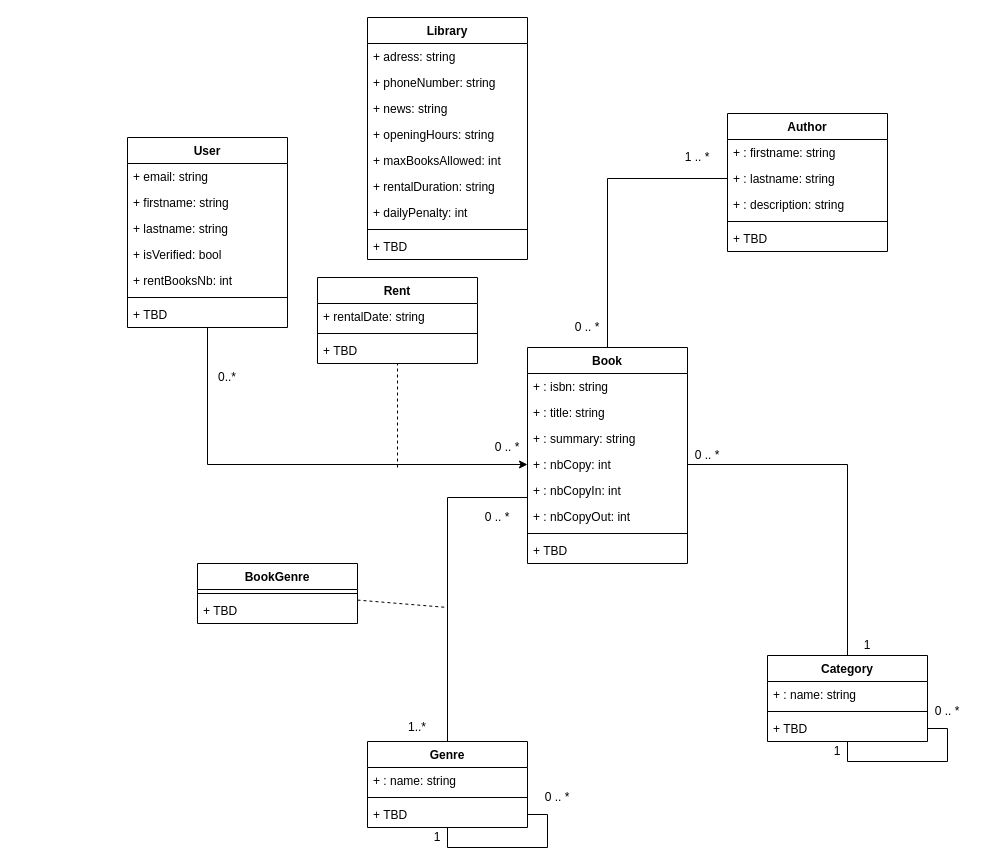
Before: page "UML Class Diagram" (3 of 3) of docs/library_store.drawio in pptech-ds/CDA-JS-LIbrary-Store, a draw.io diagram. Source tidied: cells renumbered, new cells numbered last; positions are measured from the earlier drawing's top-left corner, leaving out a move shared by most shapes. Both pictures are drawn from the tidied source at 100%, with x=0, y=0 at pixel (127, 17).
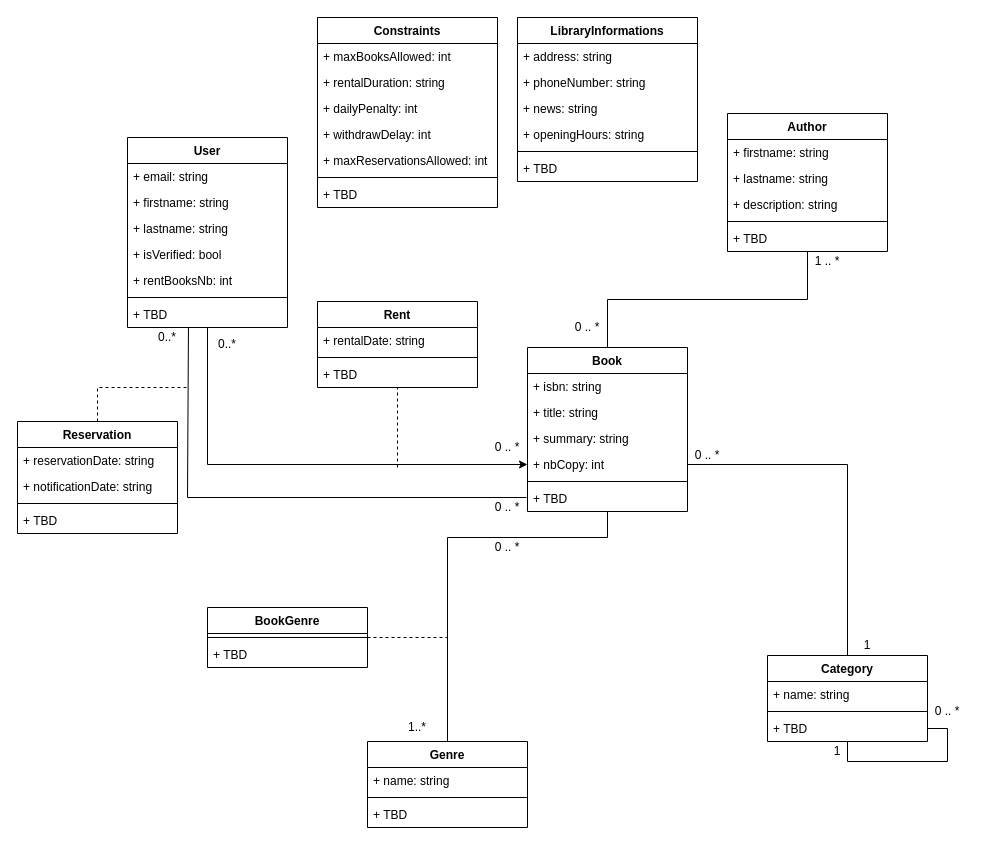
After the change.

The change refers to these unchanged cells:
```xml
<mxCell id="10" value="+ TBD" style="text;strokeColor=none;fillColor=none;align=left;verticalAlign=top;spacingLeft=4;spacingRight=4;overflow=hidden;points=[[0,0.5],[1,0.5]];portConstraint=eastwest;" parent="3" vertex="1">
  <mxGeometry y="164" width="160" height="26" as="geometry" />
</mxCell>
<mxCell id="22" value="Category" style="swimlane;fontStyle=1;align=center;verticalAlign=top;horizontal=1;startSize=26;" parent="1" vertex="1">
  <mxGeometry x="640" y="638" width="160" height="86" as="geometry" />
</mxCell>
<mxCell id="29" value="Genre" style="swimlane;fontStyle=1;align=center;verticalAlign=top;horizontal=1;startSize=26;" parent="1" vertex="1">
  <mxGeometry x="240" y="724" width="160" height="86" as="geometry" />
</mxCell>
<mxCell id="32" value="+ TBD" style="text;strokeColor=none;fillColor=none;align=left;verticalAlign=top;spacingLeft=4;spacingRight=4;overflow=hidden;points=[[0,0.5],[1,0.5]];portConstraint=eastwest;" parent="29" vertex="1">
  <mxGeometry y="60" width="160" height="26" as="geometry" />
</mxCell>
<mxCell id="41" value="Author" style="swimlane;fontStyle=1;align=center;verticalAlign=top;horizontal=1;startSize=26;" parent="1" vertex="1">
  <mxGeometry x="600" y="96" width="160" height="138" as="geometry" />
</mxCell>
```

Diff of the diagram source:
```diff
@@
     <mxCell id="11" style="edgeStyle=orthogonalEdgeStyle;rounded=0;jettySize=auto;html=1;entryX=0.5;entryY=0;entryDx=0;entryDy=0;endArrow=none;endFill=0;" parent="1" edge="1" source="12" target="29">
       <mxGeometry relative="1" as="geometry">
         <Array as="points">
-          <mxPoint x="320" y="480" />
+          <mxPoint x="320" y="520" />
         </Array>
       </mxGeometry>
     </mxCell>
     <mxCell id="12" value="Book" style="swimlane;fontStyle=1;align=center;verticalAlign=top;horizontal=1;startSize=26;" parent="1" vertex="1">
-      <mxGeometry x="400" y="330" width="160" height="216" as="geometry" />
+      <mxGeometry x="400" y="330" width="160" height="164" as="geometry" />
     </mxCell>
-    <mxCell id="13" value="+ : isbn: string&#10;  " style="text;strokeColor=none;fillColor=none;align=left;verticalAlign=top;spacingLeft=4;spacingRight=4;overflow=hidden;" parent="12" vertex="1">
+    <mxCell id="13" value="+ isbn: string&#10;  " style="text;strokeColor=none;fillColor=none;align=left;verticalAlign=top;spacingLeft=4;spacingRight=4;overflow=hidden;" parent="12" vertex="1">
       <mxGeometry y="26" width="160" height="26" as="geometry" />
     </mxCell>
-    <mxCell id="14" value="+ : title: string&#10;  " style="text;strokeColor=none;fillColor=none;align=left;verticalAlign=top;spacingLeft=4;spacingRight=4;overflow=hidden;" parent="12" vertex="1">
+    <mxCell id="14" value="+ title: string&#10;  " style="text;strokeColor=none;fillColor=none;align=left;verticalAlign=top;spacingLeft=4;spacingRight=4;overflow=hidden;" parent="12" vertex="1">
       <mxGeometry y="52" width="160" height="26" as="geometry" />
     </mxCell>
-    <mxCell id="15" value="+ : summary: string  " style="text;strokeColor=none;fillColor=none;align=left;verticalAlign=top;spacingLeft=4;spacingRight=4;overflow=hidden;" parent="12" vertex="1">
+    <mxCell id="15" value="+ summary: string  " style="text;strokeColor=none;fillColor=none;align=left;verticalAlign=top;spacingLeft=4;spacingRight=4;overflow=hidden;" parent="12" vertex="1">
       <mxGeometry y="78" width="160" height="26" as="geometry" />
     </mxCell>
-    <mxCell id="16" value="+ : nbCopy: int  " style="text;strokeColor=none;fillColor=none;align=left;verticalAlign=top;spacingLeft=4;spacingRight=4;overflow=hidden;points=[[0,0.5],[1,0.5]];portConstraint=eastwest;" parent="12" vertex="1">
+    <mxCell id="16" value="+ nbCopy: int  " style="text;strokeColor=none;fillColor=none;align=left;verticalAlign=top;spacingLeft=4;spacingRight=4;overflow=hidden;points=[[0,0.5],[1,0.5]];portConstraint=eastwest;" parent="12" vertex="1">
       <mxGeometry y="104" width="160" height="26" as="geometry" />
     </mxCell>
-    <mxCell id="17" value="+ : nbCopyIn: int " style="text;strokeColor=none;fillColor=none;align=left;verticalAlign=top;spacingLeft=4;spacingRight=4;overflow=hidden;" parent="12" vertex="1">
-      <mxGeometry y="130" width="160" height="26" as="geometry" />
-    </mxCell>
-    <mxCell id="18" value="+ : nbCopyOut: int " style="text;strokeColor=none;fillColor=none;align=left;verticalAlign=top;spacingLeft=4;spacingRight=4;overflow=hidden;" parent="12" vertex="1">
-      <mxGeometry y="156" width="160" height="26" as="geometry" />
-    </mxCell>
     <mxCell id="19" style="line;strokeWidth=1;fillColor=none;align=left;verticalAlign=middle;spacingTop=-1;spacingLeft=3;spacingRight=3;labelPosition=right;" parent="12" vertex="1">
-      <mxGeometry y="182" width="160" height="8" as="geometry" />
+      <mxGeometry y="130" width="160" height="8" as="geometry" />
     </mxCell>
     <mxCell id="20" value="+ TBD" style="text;strokeColor=none;fillColor=none;align=left;verticalAlign=top;spacingLeft=4;spacingRight=4;overflow=hidden;" parent="12" vertex="1">
-      <mxGeometry y="190" width="160" height="26" as="geometry" />
+      <mxGeometry y="138" width="160" height="26" as="geometry" />
     </mxCell>
@@
-    <mxCell id="23" value="+ : name: string&#10;  " style="text;strokeColor=none;fillColor=none;align=left;verticalAlign=top;spacingLeft=4;spacingRight=4;overflow=hidden;" parent="22" vertex="1">
+    <mxCell id="23" value="+ name: string&#10;  " style="text;strokeColor=none;fillColor=none;align=left;verticalAlign=top;spacingLeft=4;spacingRight=4;overflow=hidden;" parent="22" vertex="1">
       <mxGeometry y="26" width="160" height="26" as="geometry" />
     </mxCell>
@@
-    <mxCell id="30" value="+ : name: string&#10;  " style="text;strokeColor=none;fillColor=none;align=left;verticalAlign=top;spacingLeft=4;spacingRight=4;overflow=hidden;" parent="29" vertex="1">
+    <mxCell id="30" value="+ name: string&#10;  " style="text;strokeColor=none;fillColor=none;align=left;verticalAlign=top;spacingLeft=4;spacingRight=4;overflow=hidden;" parent="29" vertex="1">
       <mxGeometry y="26" width="160" height="26" as="geometry" />
     </mxCell>
@@
-    <mxCell id="33" style="edgeStyle=orthogonalEdgeStyle;rounded=0;jettySize=auto;html=1;endArrow=none;endFill=0;strokeColor=default;" parent="29" edge="1" source="29" target="32">
-      <mxGeometry relative="1" as="geometry" />
-    </mxCell>
-    <mxCell id="34" value="0 .. *" style="text;html=1;strokeColor=none;fillColor=none;align=center;verticalAlign=middle;whiteSpace=wrap;rounded=0;" parent="1" vertex="1">
-      <mxGeometry x="410" y="770" width="40" height="20" as="geometry" />
-    </mxCell>
-    <mxCell id="35" value="1" style="text;html=1;strokeColor=none;fillColor=none;align=center;verticalAlign=middle;whiteSpace=wrap;rounded=0;" parent="1" vertex="1">
-      <mxGeometry x="290" y="810" width="40" height="20" as="geometry" />
-    </mxCell>
@@
     <mxCell id="40" value="0 .. *" style="text;html=1;strokeColor=none;fillColor=none;align=center;verticalAlign=middle;whiteSpace=wrap;rounded=0;" parent="1" vertex="1">
-      <mxGeometry x="350" y="490" width="40" height="20" as="geometry" />
+      <mxGeometry x="360" y="520" width="40" height="20" as="geometry" />
     </mxCell>
+    <mxCell id="70" style="edgeStyle=orthogonalEdgeStyle;rounded=0;jettySize=auto;html=1;exitX=0.5;exitY=1;exitDx=0;exitDy=0;fontSize=23.3;startArrow=none;startFill=0;endArrow=none;endFill=0;" parent="1" edge="1" source="41" target="12">
+      <mxGeometry relative="1" as="geometry" />
+    </mxCell>
@@
-    <mxCell id="42" value="+ : firstname: string&#10;  " style="text;strokeColor=none;fillColor=none;align=left;verticalAlign=top;spacingLeft=4;spacingRight=4;overflow=hidden;" parent="41" vertex="1">
+    <mxCell id="42" value="+ firstname: string&#10;  " style="text;strokeColor=none;fillColor=none;align=left;verticalAlign=top;spacingLeft=4;spacingRight=4;overflow=hidden;" parent="41" vertex="1">
       <mxGeometry y="26" width="160" height="26" as="geometry" />
     </mxCell>
-    <mxCell id="43" value="+ : lastname: string  " style="text;strokeColor=none;fillColor=none;align=left;verticalAlign=top;spacingLeft=4;spacingRight=4;overflow=hidden;points=[[0,0.5],[1,0.5]];portConstraint=eastwest;" parent="41" vertex="1">
+    <mxCell id="43" value="+ lastname: string  " style="text;strokeColor=none;fillColor=none;align=left;verticalAlign=top;spacingLeft=4;spacingRight=4;overflow=hidden;points=[[0,0.5],[1,0.5]];portConstraint=eastwest;" parent="41" vertex="1">
       <mxGeometry y="52" width="160" height="26" as="geometry" />
     </mxCell>
-    <mxCell id="44" value="+ : description: string" style="text;strokeColor=none;fillColor=none;align=left;verticalAlign=top;spacingLeft=4;spacingRight=4;overflow=hidden;" parent="41" vertex="1">
+    <mxCell id="44" value="+ description: string" style="text;strokeColor=none;fillColor=none;align=left;verticalAlign=top;spacingLeft=4;spacingRight=4;overflow=hidden;" parent="41" vertex="1">
       <mxGeometry y="78" width="160" height="26" as="geometry" />
     </mxCell>
@@
     <mxCell id="47" value="0..*" style="text;html=1;strokeColor=none;fillColor=none;align=center;verticalAlign=middle;whiteSpace=wrap;rounded=0;" parent="1" vertex="1">
-      <mxGeometry x="80" y="350" width="40" height="20" as="geometry" />
+      <mxGeometry x="80" y="317" width="40" height="20" as="geometry" />
     </mxCell>
     <mxCell id="48" value="BookGenre" style="swimlane;fontStyle=1;align=center;verticalAlign=top;horizontal=1;startSize=26;" parent="1" vertex="1">
-      <mxGeometry x="70" y="546" width="160" height="60" as="geometry" />
+      <mxGeometry x="80" y="590" width="160" height="60" as="geometry" />
     </mxCell>
@@
     <mxCell id="51" style="endArrow=none;dashed=1;html=1;rounded=0;" parent="1" edge="1" source="48">
       <mxGeometry relative="1" as="geometry">
-        <mxPoint x="320" y="590" as="targetPoint" />
+        <mxPoint x="320" y="620" as="targetPoint" />
       </mxGeometry>
     </mxCell>
-    <mxCell id="52" style="endArrow=none;html=1;rounded=0;entryX=0;entryY=0.5;entryDx=0;entryDy=0;exitX=0.5;exitY=0;exitDx=0;exitDy=0;" parent="1" edge="1" source="12" target="43">
-      <mxGeometry relative="1" as="geometry">
-        <Array as="points">
-          <mxPoint x="480" y="161" />
-        </Array>
-      </mxGeometry>
-    </mxCell>
     <mxCell id="53" value="1 .. *" style="text;html=1;strokeColor=none;fillColor=none;align=center;verticalAlign=middle;whiteSpace=wrap;rounded=0;" parent="1" vertex="1">
-      <mxGeometry x="550" y="130" width="40" height="20" as="geometry" />
+      <mxGeometry x="680" y="234" width="40" height="20" as="geometry" />
     </mxCell>
@@
     <mxCell id="55" value="Rent" style="swimlane;fontStyle=1;align=center;verticalAlign=top;horizontal=1;startSize=26;" parent="1" vertex="1">
-      <mxGeometry x="190" y="260" width="160" height="86" as="geometry" />
+      <mxGeometry x="190" y="284" width="160" height="86" as="geometry" />
     </mxCell>
@@
-    <mxCell id="60" value="Library" style="swimlane;fontStyle=1;align=center;verticalAlign=top;horizontal=1;startSize=26;" parent="1" vertex="1">
-      <mxGeometry x="240" width="160" height="242" as="geometry" />
+    <mxCell id="60" value="LibraryInformations" style="swimlane;fontStyle=1;align=center;verticalAlign=top;horizontal=1;startSize=26;" parent="1" vertex="1">
+      <mxGeometry x="390" width="180" height="164" as="geometry" />
     </mxCell>
-    <mxCell id="61" value="+ adress: string  " style="text;strokeColor=none;fillColor=none;align=left;verticalAlign=top;spacingLeft=4;spacingRight=4;overflow=hidden;" parent="60" vertex="1">
-      <mxGeometry y="26" width="160" height="26" as="geometry" />
+    <mxCell id="61" value="+ address: string  " style="text;strokeColor=none;fillColor=none;align=left;verticalAlign=top;spacingLeft=4;spacingRight=4;overflow=hidden;" parent="60" vertex="1">
+      <mxGeometry y="26" width="180" height="26" as="geometry" />
     </mxCell>
     <mxCell id="62" value="+ phoneNumber: string&#10;  " style="text;strokeColor=none;fillColor=none;align=left;verticalAlign=top;spacingLeft=4;spacingRight=4;overflow=hidden;" parent="60" vertex="1">
-      <mxGeometry y="52" width="160" height="26" as="geometry" />
+      <mxGeometry y="52" width="180" height="26" as="geometry" />
     </mxCell>
     <mxCell id="63" value="+ news: string  " style="text;strokeColor=none;fillColor=none;align=left;verticalAlign=top;spacingLeft=4;spacingRight=4;overflow=hidden;" parent="60" vertex="1">
-      <mxGeometry y="78" width="160" height="26" as="geometry" />
+      <mxGeometry y="78" width="180" height="26" as="geometry" />
     </mxCell>
     <mxCell id="64" value="+ openingHours: string  " style="text;strokeColor=none;fillColor=none;align=left;verticalAlign=top;spacingLeft=4;spacingRight=4;overflow=hidden;" parent="60" vertex="1">
-      <mxGeometry y="104" width="160" height="26" as="geometry" />
+      <mxGeometry y="104" width="180" height="26" as="geometry" />
     </mxCell>
+    <mxCell id="68" style="line;strokeWidth=1;fillColor=none;align=left;verticalAlign=middle;spacingTop=-1;spacingLeft=3;spacingRight=3;labelPosition=right;" parent="60" vertex="1">
+      <mxGeometry y="130" width="180" height="8" as="geometry" />
+    </mxCell>
+    <mxCell id="69" value="+ TBD" style="text;strokeColor=none;fillColor=none;align=left;verticalAlign=top;spacingLeft=4;spacingRight=4;overflow=hidden;" parent="60" vertex="1">
+      <mxGeometry y="138" width="180" height="26" as="geometry" />
+    </mxCell>
+    <mxCell id="71" style="edgeStyle=orthogonalEdgeStyle;rounded=0;jettySize=auto;html=1;exitX=0.5;exitY=0;exitDx=0;exitDy=0;fontSize=23.3;startArrow=none;startFill=0;endArrow=none;endFill=0;dashed=1;" parent="1" edge="1" source="72">
+      <mxGeometry relative="1" as="geometry">
+        <mxPoint x="60" y="370" as="targetPoint" />
+        <Array as="points">
+          <mxPoint x="-30" y="370" />
+        </Array>
+      </mxGeometry>
+    </mxCell>
+    <mxCell id="72" value="Reservation" style="swimlane;fontStyle=1;align=center;verticalAlign=top;horizontal=1;startSize=26;" parent="1" vertex="1">
+      <mxGeometry x="-110" y="404" width="160" height="112" as="geometry" />
+    </mxCell>
+    <mxCell id="73" value="+ reservationDate: string&#10;  " style="text;strokeColor=none;fillColor=none;align=left;verticalAlign=top;spacingLeft=4;spacingRight=4;overflow=hidden;" parent="72" vertex="1">
+      <mxGeometry y="26" width="160" height="26" as="geometry" />
+    </mxCell>
+    <mxCell id="74" value="+ notificationDate: string&#10;  " style="text;strokeColor=none;fillColor=none;align=left;verticalAlign=top;spacingLeft=4;spacingRight=4;overflow=hidden;" parent="72" vertex="1">
+      <mxGeometry y="52" width="160" height="26" as="geometry" />
+    </mxCell>
+    <mxCell id="75" style="line;strokeWidth=1;fillColor=none;align=left;verticalAlign=middle;spacingTop=-1;spacingLeft=3;spacingRight=3;labelPosition=right;" parent="72" vertex="1">
+      <mxGeometry y="78" width="160" height="8" as="geometry" />
+    </mxCell>
+    <mxCell id="76" value="+ TBD" style="text;strokeColor=none;fillColor=none;align=left;verticalAlign=top;spacingLeft=4;spacingRight=4;overflow=hidden;" parent="72" vertex="1">
+      <mxGeometry y="86" width="160" height="26" as="geometry" />
+    </mxCell>
+    <mxCell id="77" style="edgeStyle=orthogonalEdgeStyle;rounded=0;jettySize=auto;html=1;exitX=0.381;exitY=1;exitDx=0;exitDy=0;fontSize=23.3;startArrow=none;startFill=0;endArrow=none;endFill=0;exitPerimeter=0;" parent="1" edge="1" source="10">
+      <mxGeometry relative="1" as="geometry">
+        <mxPoint x="399" y="480" as="targetPoint" />
+        <Array as="points">
+          <mxPoint x="60" y="480" />
+        </Array>
+      </mxGeometry>
+    </mxCell>
+    <mxCell id="78" value="Constraints" style="swimlane;fontStyle=1;align=center;verticalAlign=top;horizontal=1;startSize=26;" parent="1" vertex="1">
+      <mxGeometry x="190" width="180" height="190" as="geometry" />
+    </mxCell>
-    <mxCell id="65" value="+ maxBooksAllowed: int  " style="text;strokeColor=none;fillColor=none;align=left;verticalAlign=top;spacingLeft=4;spacingRight=4;overflow=hidden;" parent="60" vertex="1">
-      <mxGeometry y="130" width="160" height="26" as="geometry" />
+    <mxCell id="65" value="+ maxBooksAllowed: int  " style="text;strokeColor=none;fillColor=none;align=left;verticalAlign=top;spacingLeft=4;spacingRight=4;overflow=hidden;" parent="78" vertex="1">
+      <mxGeometry y="26" width="180" height="26" as="geometry" />
     </mxCell>
-    <mxCell id="66" value="+ rentalDuration: string&#10;  " style="text;strokeColor=none;fillColor=none;align=left;verticalAlign=top;spacingLeft=4;spacingRight=4;overflow=hidden;" parent="60" vertex="1">
-      <mxGeometry y="156" width="160" height="26" as="geometry" />
+    <mxCell id="66" value="+ rentalDuration: string&#10;  " style="text;strokeColor=none;fillColor=none;align=left;verticalAlign=top;spacingLeft=4;spacingRight=4;overflow=hidden;" parent="78" vertex="1">
+      <mxGeometry y="52" width="180" height="26" as="geometry" />
     </mxCell>
-    <mxCell id="67" value="+ dailyPenalty: int&#10;  " style="text;strokeColor=none;fillColor=none;align=left;verticalAlign=top;spacingLeft=4;spacingRight=4;overflow=hidden;" parent="60" vertex="1">
-      <mxGeometry y="182" width="160" height="26" as="geometry" />
+    <mxCell id="67" value="+ dailyPenalty: int&#10;  " style="text;strokeColor=none;fillColor=none;align=left;verticalAlign=top;spacingLeft=4;spacingRight=4;overflow=hidden;" parent="78" vertex="1">
+      <mxGeometry y="78" width="180" height="26" as="geometry" />
     </mxCell>
-    <mxCell id="68" style="line;strokeWidth=1;fillColor=none;align=left;verticalAlign=middle;spacingTop=-1;spacingLeft=3;spacingRight=3;labelPosition=right;" parent="60" vertex="1">
-      <mxGeometry y="208" width="160" height="8" as="geometry" />
-    </mxCell>
-    <mxCell id="69" value="+ TBD" style="text;strokeColor=none;fillColor=none;align=left;verticalAlign=top;spacingLeft=4;spacingRight=4;overflow=hidden;" parent="60" vertex="1">
-      <mxGeometry y="216" width="160" height="26" as="geometry" />
-    </mxCell>
+    <mxCell id="79" value="+ withdrawDelay: int&#10;  " style="text;strokeColor=none;fillColor=none;align=left;verticalAlign=top;spacingLeft=4;spacingRight=4;overflow=hidden;" parent="78" vertex="1">
+      <mxGeometry y="104" width="180" height="26" as="geometry" />
+    </mxCell>
+    <mxCell id="80" value="+ maxReservationsAllowed: int&#10;  " style="text;strokeColor=none;fillColor=none;align=left;verticalAlign=top;spacingLeft=4;spacingRight=4;overflow=hidden;" parent="78" vertex="1">
+      <mxGeometry y="130" width="180" height="26" as="geometry" />
+    </mxCell>
+    <mxCell id="81" style="line;strokeWidth=1;fillColor=none;align=left;verticalAlign=middle;spacingTop=-1;spacingLeft=3;spacingRight=3;labelPosition=right;" parent="78" vertex="1">
+      <mxGeometry y="156" width="180" height="8" as="geometry" />
+    </mxCell>
+    <mxCell id="82" value="+ TBD" style="text;strokeColor=none;fillColor=none;align=left;verticalAlign=top;spacingLeft=4;spacingRight=4;overflow=hidden;" parent="78" vertex="1">
+      <mxGeometry y="164" width="180" height="26" as="geometry" />
+    </mxCell>
+    <mxCell id="83" value="0..*" style="text;html=1;strokeColor=none;fillColor=none;align=center;verticalAlign=middle;whiteSpace=wrap;rounded=0;" parent="1" vertex="1">
+      <mxGeometry x="20" y="310" width="40" height="20" as="geometry" />
+    </mxCell>
+    <mxCell id="34" value="0 .. *" style="text;html=1;strokeColor=none;fillColor=none;align=center;verticalAlign=middle;whiteSpace=wrap;rounded=0;" parent="1" vertex="1">
+      <mxGeometry x="360" y="480" width="40" height="20" as="geometry" />
+    </mxCell>
```
